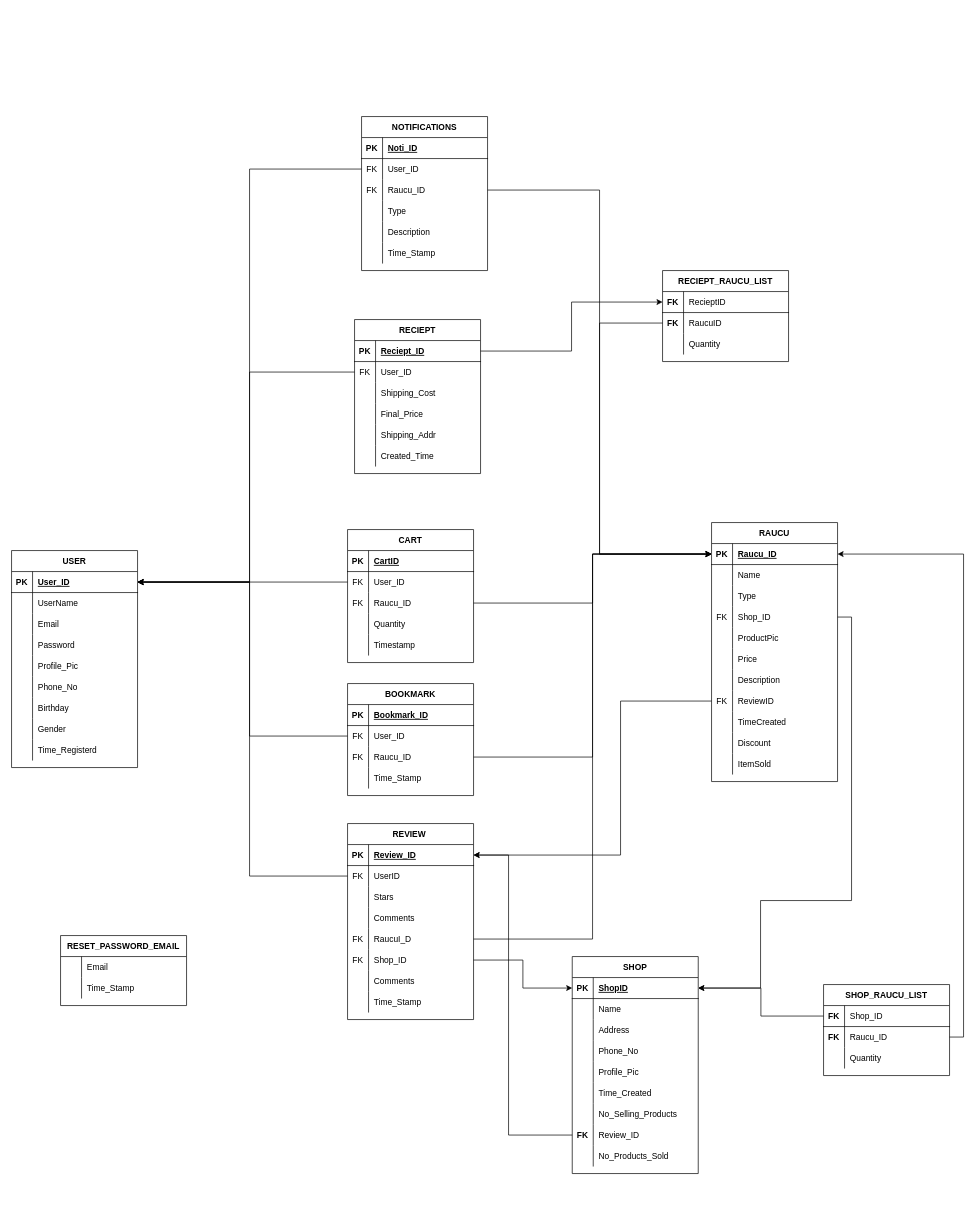
Before: database/SoDoQuanHe.drawio in mcbutt007/Rau-cu-xanh-backend, a draw.io diagram. Source tidied: cells renumbered, new cells numbered last; positions are measured from the earlier drawing's top-left corner, leaving out a move shared by most shapes. Both pictures are drawn from the tidied source at 70%, with x=0, y=0 at pixel (11, 116).
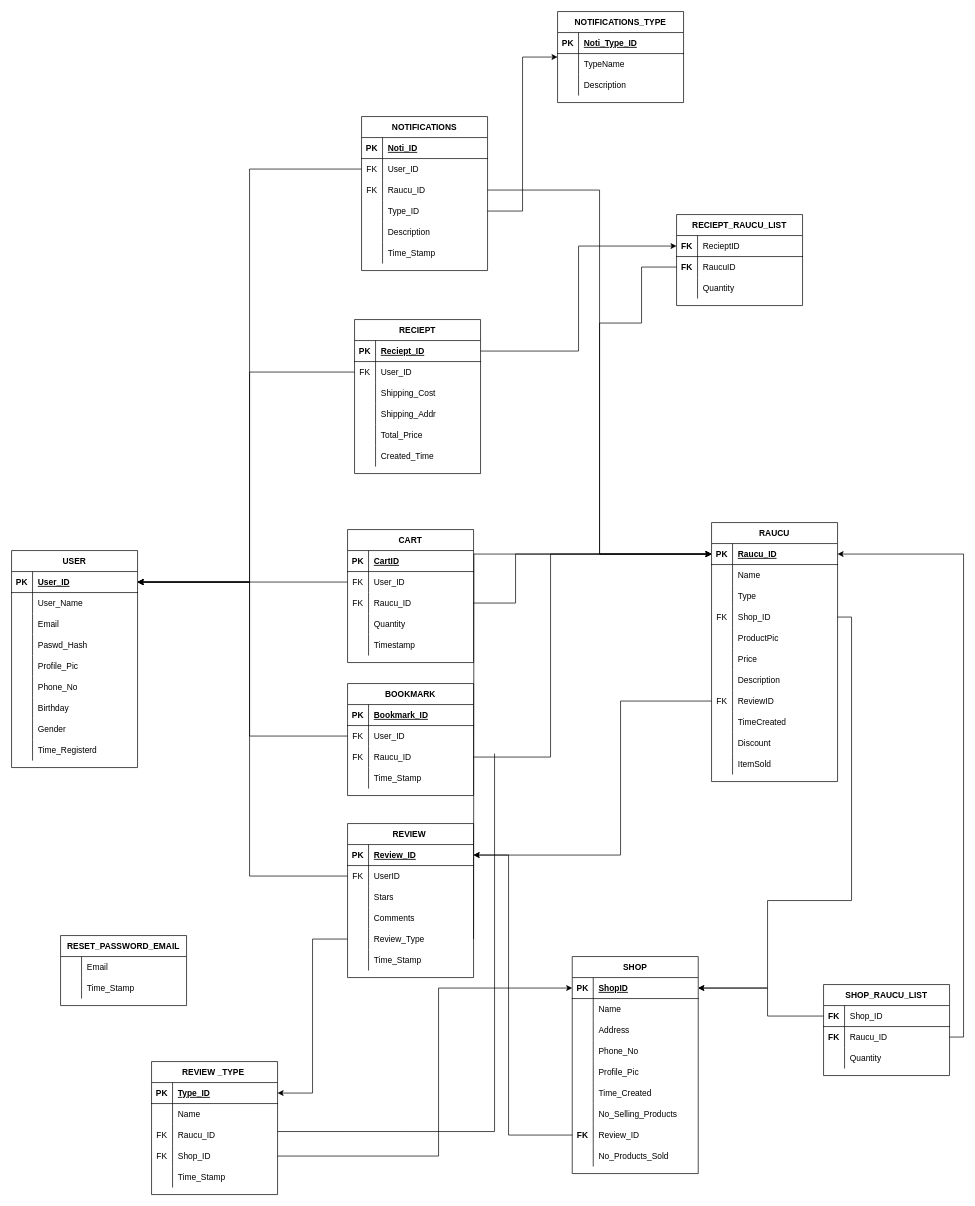
The same diagram, later.

Unchanged cells that the change refers to:
```xml
<mxCell id="6" style="shape=tableRow;horizontal=0;startSize=0;swimlaneHead=0;swimlaneBody=0;fillColor=none;top=0;left=0;right=0;bottom=0;" parent="2" vertex="1">
  <mxGeometry y="60" width="180" height="30" as="geometry" />
</mxCell>
<mxCell id="12" style="shape=tableRow;horizontal=0;startSize=0;swimlaneHead=0;swimlaneBody=0;fillColor=none;top=0;left=0;right=0;bottom=0;" parent="2" vertex="1">
  <mxGeometry y="120" width="180" height="30" as="geometry" />
</mxCell>
<mxCell id="31" style="shape=tableRow;horizontal=0;startSize=0;swimlaneHead=0;swimlaneBody=0;fillColor=none;points=[[0,0.5],[1,0.5]];portConstraint=eastwest;top=0;left=0;right=0;bottom=1;" parent="30" vertex="1">
  <mxGeometry y="30" width="180" height="30" as="geometry" />
</mxCell>
<mxCell id="40" style="shape=tableRow;horizontal=0;startSize=0;swimlaneHead=0;swimlaneBody=0;fillColor=none;points=[[0,0.5],[1,0.5]];portConstraint=eastwest;top=0;left=0;right=0;bottom=0;" parent="30" vertex="1">
  <mxGeometry y="120" width="180" height="30" as="geometry" />
</mxCell>
<mxCell id="106" style="shape=tableRow;horizontal=0;startSize=0;swimlaneHead=0;swimlaneBody=0;fillColor=none;points=[[0,0.5],[1,0.5]];portConstraint=eastwest;top=0;left=0;right=0;bottom=0;" parent="96" vertex="1">
  <mxGeometry y="120" width="180" height="30" as="geometry" />
</mxCell>
<mxCell id="122" style="shape=tableRow;horizontal=0;startSize=0;swimlaneHead=0;swimlaneBody=0;fillColor=none;points=[[0,0.5],[1,0.5]];portConstraint=eastwest;top=0;left=0;right=0;bottom=0;" parent="115" vertex="1">
  <mxGeometry y="90" width="180" height="30" as="geometry" />
</mxCell>
<mxCell id="135" style="shape=tableRow;horizontal=0;startSize=0;swimlaneHead=0;swimlaneBody=0;fillColor=none;points=[[0,0.5],[1,0.5]];portConstraint=eastwest;top=0;left=0;right=0;bottom=0;" parent="128" vertex="1">
  <mxGeometry y="90" width="180" height="30" as="geometry" />
</mxCell>
<mxCell id="145" style="shape=tableRow;horizontal=0;startSize=0;swimlaneHead=0;swimlaneBody=0;fillColor=none;points=[[0,0.5],[1,0.5]];portConstraint=eastwest;top=0;left=0;right=0;bottom=1;" parent="144" vertex="1">
  <mxGeometry y="30" width="180" height="30" as="geometry" />
</mxCell>
<mxCell id="182" style="shape=tableRow;horizontal=0;startSize=0;swimlaneHead=0;swimlaneBody=0;fillColor=none;top=0;left=0;right=0;bottom=0;" parent="172" vertex="1">
  <mxGeometry y="120" width="180" height="30" as="geometry" />
</mxCell>
<mxCell id="185" style="shape=tableRow;horizontal=0;startSize=0;swimlaneHead=0;swimlaneBody=0;fillColor=none;top=0;left=0;right=0;bottom=0;" parent="172" vertex="1">
  <mxGeometry y="150" width="180" height="30" as="geometry" />
</mxCell>
<mxCell id="192" style="shape=tableRow;horizontal=0;startSize=0;swimlaneHead=0;swimlaneBody=0;fillColor=none;points=[[0,0.5],[1,0.5]];portConstraint=eastwest;top=0;left=0;right=0;bottom=1;" parent="191" vertex="1">
  <mxGeometry y="30" width="180" height="30" as="geometry" />
</mxCell>
<mxCell id="220" style="shape=tableRow;horizontal=0;startSize=0;swimlaneHead=0;swimlaneBody=0;fillColor=none;points=[[0,0.5],[1,0.5]];portConstraint=eastwest;top=0;left=0;right=0;bottom=0;" parent="216" vertex="1">
  <mxGeometry y="60" width="180" height="30" as="geometry" />
</mxCell>
```

Change to the diagram source:
```diff
@@
-    <mxCell id="8" value="UserName" style="shape=partialRectangle;fillColor=none;top=0;left=0;bottom=0;right=0;align=left;spacingLeft=6;overflow=hidden;" parent="6" vertex="1">
+    <mxCell id="8" value="User_Name" style="shape=partialRectangle;fillColor=none;top=0;left=0;bottom=0;right=0;align=left;spacingLeft=6;overflow=hidden;" parent="6" vertex="1">
       <mxGeometry x="30" width="150" height="30" as="geometry" />
     </mxCell>
@@
-    <mxCell id="14" value="Password" style="shape=partialRectangle;fillColor=none;top=0;left=0;bottom=0;right=0;align=left;spacingLeft=6;overflow=hidden;" parent="12" vertex="1">
+    <mxCell id="14" value="Paswd_Hash" style="shape=partialRectangle;fillColor=none;top=0;left=0;bottom=0;right=0;align=left;spacingLeft=6;overflow=hidden;" parent="12" vertex="1">
       <mxGeometry x="30" width="150" height="30" as="geometry" />
     </mxCell>
@@
     <mxCell id="64" value="REVIEW " style="shape=table;startSize=30;childLayout=tableLayout;rowLines=0;fontStyle=1;align=center;" parent="1" vertex="1">
-      <mxGeometry x="480" y="1010" width="180" height="280" as="geometry" />
+      <mxGeometry x="480" y="1010" width="180" height="220" as="geometry" />
     </mxCell>
@@
-    <mxCell id="77" style="shape=tableRow;horizontal=0;startSize=0;swimlaneHead=0;swimlaneBody=0;fillColor=none;points=[[0,0.5],[1,0.5]];portConstraint=eastwest;top=0;left=0;right=0;bottom=0;" parent="64" vertex="1">
-      <mxGeometry y="150" width="180" height="30" as="geometry" />
-    </mxCell>
-    <mxCell id="78" value="FK" style="shape=partialRectangle;fillColor=none;top=0;left=0;bottom=0;right=0;overflow=hidden;" parent="77" vertex="1">
-      <mxGeometry width="30" height="30" as="geometry" />
-    </mxCell>
-    <mxCell id="79" value="RaucuI_D" style="shape=partialRectangle;fillColor=none;top=0;left=0;bottom=0;right=0;align=left;spacingLeft=6;overflow=hidden;" parent="77" vertex="1">
-      <mxGeometry x="30" width="150" height="30" as="geometry" />
-    </mxCell>
     <mxCell id="80" style="shape=tableRow;horizontal=0;startSize=0;swimlaneHead=0;swimlaneBody=0;fillColor=none;points=[[0,0.5],[1,0.5]];portConstraint=eastwest;top=0;left=0;right=0;bottom=0;" parent="64" vertex="1">
-      <mxGeometry y="180" width="180" height="30" as="geometry" />
+      <mxGeometry y="150" width="180" height="30" as="geometry" />
     </mxCell>
-    <mxCell id="81" value="FK" style="shape=partialRectangle;fillColor=none;top=0;left=0;bottom=0;right=0;overflow=hidden;" parent="80" vertex="1">
+    <mxCell id="81" style="shape=partialRectangle;fillColor=none;top=0;left=0;bottom=0;right=0;overflow=hidden;" parent="80" vertex="1">
       <mxGeometry width="30" height="30" as="geometry" />
     </mxCell>
-    <mxCell id="82" value="Shop_ID" style="shape=partialRectangle;fillColor=none;top=0;left=0;bottom=0;right=0;align=left;spacingLeft=6;overflow=hidden;" parent="80" vertex="1">
+    <mxCell id="82" value="Review_Type" style="shape=partialRectangle;fillColor=none;top=0;left=0;bottom=0;right=0;align=left;spacingLeft=6;overflow=hidden;" parent="80" vertex="1">
       <mxGeometry x="30" width="150" height="30" as="geometry" />
     </mxCell>
-    <mxCell id="83" style="shape=tableRow;horizontal=0;startSize=0;swimlaneHead=0;swimlaneBody=0;fillColor=none;top=0;left=0;right=0;bottom=0;" parent="64" vertex="1">
-      <mxGeometry y="210" width="180" height="30" as="geometry" />
-    </mxCell>
-    <mxCell id="84" style="shape=partialRectangle;fillColor=none;top=0;left=0;bottom=0;right=0;overflow=hidden;" parent="83" vertex="1">
-      <mxGeometry width="30" height="30" as="geometry" />
-    </mxCell>
-    <mxCell id="85" value="Comments" style="shape=partialRectangle;fillColor=none;top=0;left=0;bottom=0;right=0;align=left;spacingLeft=6;overflow=hidden;" parent="83" vertex="1">
-      <mxGeometry x="30" width="150" height="30" as="geometry" />
-    </mxCell>
     <mxCell id="86" style="shape=tableRow;horizontal=0;startSize=0;swimlaneHead=0;swimlaneBody=0;fillColor=none;top=0;left=0;right=0;bottom=0;" parent="64" vertex="1">
-      <mxGeometry y="240" width="180" height="30" as="geometry" />
+      <mxGeometry y="180" width="180" height="30" as="geometry" />
     </mxCell>
@@
-    <mxCell id="108" value="Type" style="shape=partialRectangle;fillColor=none;top=0;left=0;bottom=0;right=0;align=left;spacingLeft=6;overflow=hidden;" parent="106" vertex="1">
+    <mxCell id="108" value="Type_ID" style="shape=partialRectangle;fillColor=none;top=0;left=0;bottom=0;right=0;align=left;spacingLeft=6;overflow=hidden;" parent="106" vertex="1">
       <mxGeometry x="30" width="150" height="30" as="geometry" />
     </mxCell>
@@
-    <mxCell id="184" value="Final_Price" style="shape=partialRectangle;fillColor=none;top=0;left=0;bottom=0;right=0;align=left;spacingLeft=6;overflow=hidden;" parent="182" vertex="1">
+    <mxCell id="184" value="Shipping_Addr" style="shape=partialRectangle;fillColor=none;top=0;left=0;bottom=0;right=0;align=left;spacingLeft=6;overflow=hidden;" parent="182" vertex="1">
       <mxGeometry x="30" width="150" height="30" as="geometry" />
     </mxCell>
@@
-    <mxCell id="187" value="Shipping_Addr" style="shape=partialRectangle;fillColor=none;top=0;left=0;bottom=0;right=0;align=left;spacingLeft=6;overflow=hidden;" parent="185" vertex="1">
+    <mxCell id="187" value="Total_Price" style="shape=partialRectangle;fillColor=none;top=0;left=0;bottom=0;right=0;align=left;spacingLeft=6;overflow=hidden;" parent="185" vertex="1">
       <mxGeometry x="30" width="150" height="30" as="geometry" />
     </mxCell>
@@
     <mxCell id="201" style="edgeStyle=orthogonalEdgeStyle;rounded=0;jettySize=auto;html=1;exitX=0;exitY=0.5;exitDx=0;exitDy=0;" parent="1" edge="1" source="192" target="145">
-      <mxGeometry relative="1" as="geometry" />
+      <mxGeometry relative="1" as="geometry">
+        <Array as="points">
+          <mxPoint x="1080" y="1285" />
+          <mxPoint x="1080" y="1245" />
+        </Array>
+      </mxGeometry>
     </mxCell>
@@
-    <mxCell id="204" style="edgeStyle=orthogonalEdgeStyle;rounded=0;jettySize=auto;html=1;exitX=1;exitY=0.5;exitDx=0;exitDy=0;" parent="1" edge="1" source="77" target="31">
-      <mxGeometry relative="1" as="geometry" />
+    <mxCell id="204" style="edgeStyle=orthogonalEdgeStyle;rounded=0;jettySize=auto;html=1;exitX=1;exitY=0.5;exitDx=0;exitDy=0;" parent="1" edge="1" target="31">
+      <mxGeometry relative="1" as="geometry">
+        <mxPoint x="660" y="1175" as="sourcePoint" />
+      </mxGeometry>
     </mxCell>
-    <mxCell id="205" style="edgeStyle=orthogonalEdgeStyle;rounded=0;jettySize=auto;html=1;exitX=1;exitY=0.5;exitDx=0;exitDy=0;" parent="1" edge="1" source="80" target="145">
-      <mxGeometry relative="1" as="geometry" />
-    </mxCell>
@@
     <mxCell id="209" style="edgeStyle=orthogonalEdgeStyle;rounded=0;jettySize=auto;html=1;exitX=1;exitY=0.5;exitDx=0;exitDy=0;" parent="1" edge="1" source="122" target="31">
-      <mxGeometry relative="1" as="geometry" />
+      <mxGeometry relative="1" as="geometry">
+        <Array as="points">
+          <mxPoint x="770" y="915" />
+          <mxPoint x="770" y="625" />
+        </Array>
+      </mxGeometry>
     </mxCell>
     <mxCell id="210" style="edgeStyle=orthogonalEdgeStyle;rounded=0;jettySize=auto;html=1;exitX=1;exitY=0.5;exitDx=0;exitDy=0;entryX=0;entryY=0.5;entryDx=0;entryDy=0;" parent="1" edge="1" source="135" target="31">
-      <mxGeometry relative="1" as="geometry" />
+      <mxGeometry relative="1" as="geometry">
+        <Array as="points">
+          <mxPoint x="720" y="695" />
+          <mxPoint x="720" y="625" />
+        </Array>
+      </mxGeometry>
     </mxCell>
@@
     <mxCell id="212" style="edgeStyle=orthogonalEdgeStyle;rounded=0;jettySize=auto;html=1;exitX=1;exitY=0.5;exitDx=0;exitDy=0;entryX=1;entryY=0.5;entryDx=0;entryDy=0;" parent="1" edge="1" source="40" target="145">
       <mxGeometry relative="1" as="geometry">
         <Array as="points">
           <mxPoint x="1200" y="715" />
           <mxPoint x="1200" y="1120" />
-          <mxPoint x="1070" y="1120" />
-          <mxPoint x="1070" y="1245" />
+          <mxPoint x="1080" y="1120" />
+          <mxPoint x="1080" y="1245" />
         </Array>
       </mxGeometry>
     </mxCell>
@@
     <mxCell id="216" value="RECIEPT_RAUCU_LIST" style="shape=table;startSize=30;childLayout=tableLayout;rowLines=0;fontStyle=1;align=center;" parent="1" vertex="1">
-      <mxGeometry x="930" y="220" width="180" height="130" as="geometry" />
+      <mxGeometry x="950" y="140" width="180" height="130" as="geometry" />
     </mxCell>
@@
     <mxCell id="226" style="edgeStyle=orthogonalEdgeStyle;rounded=0;jettySize=auto;html=1;exitX=0;exitY=0.5;exitDx=0;exitDy=0;entryX=0;entryY=0.5;entryDx=0;entryDy=0;" parent="1" edge="1" source="220" target="31">
       <mxGeometry relative="1" as="geometry">
         <Array as="points">
+          <mxPoint x="900" y="215" />
+          <mxPoint x="900" y="295" />
           <mxPoint x="840" y="295" />
           <mxPoint x="840" y="625" />
         </Array>
       </mxGeometry>
     </mxCell>
@@
+    <mxCell id="228" value="NOTIFICATIONS_TYPE" style="shape=table;startSize=30;childLayout=tableLayout;rowLines=0;fontStyle=1;align=center;" parent="1" vertex="1">
+      <mxGeometry x="780" y="-150" width="180" height="130" as="geometry" />
+    </mxCell>
+    <mxCell id="229" style="shape=tableRow;horizontal=0;startSize=0;swimlaneHead=0;swimlaneBody=0;fillColor=none;top=0;left=0;right=0;bottom=1;" parent="228" vertex="1">
+      <mxGeometry y="30" width="180" height="30" as="geometry" />
+    </mxCell>
+    <mxCell id="230" value="PK" style="shape=partialRectangle;fillColor=none;top=0;left=0;bottom=0;right=0;fontStyle=1;overflow=hidden;" parent="229" vertex="1">
+      <mxGeometry width="30" height="30" as="geometry" />
+    </mxCell>
+    <mxCell id="231" value="Noti_Type_ID" style="shape=partialRectangle;fillColor=none;top=0;left=0;bottom=0;right=0;align=left;spacingLeft=6;fontStyle=5;overflow=hidden;" parent="229" vertex="1">
+      <mxGeometry x="30" width="150" height="30" as="geometry" />
+    </mxCell>
+    <mxCell id="232" style="shape=tableRow;horizontal=0;startSize=0;swimlaneHead=0;swimlaneBody=0;fillColor=none;top=0;left=0;right=0;bottom=0;" parent="228" vertex="1">
+      <mxGeometry y="60" width="180" height="30" as="geometry" />
+    </mxCell>
+    <mxCell id="233" style="shape=partialRectangle;fillColor=none;top=0;left=0;bottom=0;right=0;overflow=hidden;" parent="232" vertex="1">
+      <mxGeometry width="30" height="30" as="geometry" />
+    </mxCell>
+    <mxCell id="234" value="TypeName" style="shape=partialRectangle;fillColor=none;top=0;left=0;bottom=0;right=0;align=left;spacingLeft=6;overflow=hidden;" parent="232" vertex="1">
+      <mxGeometry x="30" width="150" height="30" as="geometry" />
+    </mxCell>
+    <mxCell id="235" style="shape=tableRow;horizontal=0;startSize=0;swimlaneHead=0;swimlaneBody=0;fillColor=none;top=0;left=0;right=0;bottom=0;" parent="228" vertex="1">
+      <mxGeometry y="90" width="180" height="30" as="geometry" />
+    </mxCell>
+    <mxCell id="236" style="shape=partialRectangle;fillColor=none;top=0;left=0;bottom=0;right=0;overflow=hidden;" parent="235" vertex="1">
+      <mxGeometry width="30" height="30" as="geometry" />
+    </mxCell>
+    <mxCell id="237" value="Description" style="shape=partialRectangle;fillColor=none;top=0;left=0;bottom=0;right=0;align=left;spacingLeft=6;overflow=hidden;" parent="235" vertex="1">
+      <mxGeometry x="30" width="150" height="30" as="geometry" />
+    </mxCell>
+    <mxCell id="238" style="edgeStyle=orthogonalEdgeStyle;rounded=0;jettySize=auto;html=1;exitX=1;exitY=0.5;exitDx=0;exitDy=0;entryX=0;entryY=0.5;entryDx=0;entryDy=0;" parent="1" edge="1" source="106" target="228">
+      <mxGeometry relative="1" as="geometry" />
+    </mxCell>
+    <mxCell id="239" value="REVIEW _TYPE " style="shape=table;startSize=30;childLayout=tableLayout;rowLines=0;fontStyle=1;align=center;" parent="1" vertex="1">
+      <mxGeometry x="200" y="1350" width="180" height="190" as="geometry" />
+    </mxCell>
+    <mxCell id="240" style="shape=tableRow;horizontal=0;startSize=0;swimlaneHead=0;swimlaneBody=0;fillColor=none;points=[[0,0.5],[1,0.5]];portConstraint=eastwest;top=0;left=0;right=0;bottom=1;" parent="239" vertex="1">
+      <mxGeometry y="30" width="180" height="30" as="geometry" />
+    </mxCell>
+    <mxCell id="241" value="PK" style="shape=partialRectangle;fillColor=none;top=0;left=0;bottom=0;right=0;fontStyle=1;overflow=hidden;" parent="240" vertex="1">
+      <mxGeometry width="30" height="30" as="geometry" />
+    </mxCell>
+    <mxCell id="242" value="Type_ID" style="shape=partialRectangle;fillColor=none;top=0;left=0;bottom=0;right=0;align=left;spacingLeft=6;fontStyle=5;overflow=hidden;" parent="240" vertex="1">
+      <mxGeometry x="30" width="150" height="30" as="geometry" />
+    </mxCell>
+    <mxCell id="243" style="shape=tableRow;horizontal=0;startSize=0;swimlaneHead=0;swimlaneBody=0;fillColor=none;top=0;left=0;right=0;bottom=0;" parent="239" vertex="1">
+      <mxGeometry y="60" width="180" height="30" as="geometry" />
+    </mxCell>
+    <mxCell id="244" style="shape=partialRectangle;fillColor=none;top=0;left=0;bottom=0;right=0;overflow=hidden;" parent="243" vertex="1">
+      <mxGeometry width="30" height="30" as="geometry" />
+    </mxCell>
+    <mxCell id="245" value="Name" style="shape=partialRectangle;fillColor=none;top=0;left=0;bottom=0;right=0;align=left;spacingLeft=6;overflow=hidden;" parent="243" vertex="1">
+      <mxGeometry x="30" width="150" height="30" as="geometry" />
+    </mxCell>
+    <mxCell id="246" style="shape=tableRow;horizontal=0;startSize=0;swimlaneHead=0;swimlaneBody=0;fillColor=none;points=[[0,0.5],[1,0.5]];portConstraint=eastwest;top=0;left=0;right=0;bottom=0;" parent="239" vertex="1">
+      <mxGeometry y="90" width="180" height="30" as="geometry" />
+    </mxCell>
+    <mxCell id="247" value="FK" style="shape=partialRectangle;fillColor=none;top=0;left=0;bottom=0;right=0;overflow=hidden;" parent="246" vertex="1">
+      <mxGeometry width="30" height="30" as="geometry" />
+    </mxCell>
+    <mxCell id="248" value="Raucu_ID" style="shape=partialRectangle;fillColor=none;top=0;left=0;bottom=0;right=0;align=left;spacingLeft=6;overflow=hidden;" parent="246" vertex="1">
+      <mxGeometry x="30" width="150" height="30" as="geometry" />
+    </mxCell>
+    <mxCell id="249" style="shape=tableRow;horizontal=0;startSize=0;swimlaneHead=0;swimlaneBody=0;fillColor=none;points=[[0,0.5],[1,0.5]];portConstraint=eastwest;top=0;left=0;right=0;bottom=0;" parent="239" vertex="1">
+      <mxGeometry y="120" width="180" height="30" as="geometry" />
+    </mxCell>
+    <mxCell id="250" value="FK" style="shape=partialRectangle;fillColor=none;top=0;left=0;bottom=0;right=0;overflow=hidden;" parent="249" vertex="1">
+      <mxGeometry width="30" height="30" as="geometry" />
+    </mxCell>
+    <mxCell id="251" value="Shop_ID" style="shape=partialRectangle;fillColor=none;top=0;left=0;bottom=0;right=0;align=left;spacingLeft=6;overflow=hidden;" parent="249" vertex="1">
+      <mxGeometry x="30" width="150" height="30" as="geometry" />
+    </mxCell>
+    <mxCell id="77" style="shape=tableRow;horizontal=0;startSize=0;swimlaneHead=0;swimlaneBody=0;fillColor=none;points=[[0,0.5],[1,0.5]];portConstraint=eastwest;top=0;left=0;right=0;bottom=0;" parent="239" vertex="1">
+      <mxGeometry y="150" width="180" height="30" as="geometry" />
+    </mxCell>
+    <mxCell id="252" style="shape=partialRectangle;fillColor=none;top=0;left=0;bottom=0;right=0;overflow=hidden;" parent="77" vertex="1">
+      <mxGeometry width="30" height="30" as="geometry" />
+    </mxCell>
+    <mxCell id="253" value="Time_Stamp" style="shape=partialRectangle;fillColor=none;top=0;left=0;bottom=0;right=0;align=left;spacingLeft=6;overflow=hidden;" parent="77" vertex="1">
+      <mxGeometry x="30" width="150" height="30" as="geometry" />
+    </mxCell>
+    <mxCell id="254" style="edgeStyle=orthogonalEdgeStyle;rounded=0;jettySize=auto;html=1;exitX=0;exitY=0.5;exitDx=0;exitDy=0;entryX=1;entryY=0.5;entryDx=0;entryDy=0;" parent="1" edge="1" source="80" target="240">
+      <mxGeometry relative="1" as="geometry" />
+    </mxCell>
+    <mxCell id="255" style="edgeStyle=orthogonalEdgeStyle;rounded=0;jettySize=auto;html=1;exitX=1;exitY=0.5;exitDx=0;exitDy=0;entryX=0;entryY=0.5;entryDx=0;entryDy=0;" parent="1" edge="1" source="249" target="145">
+      <mxGeometry relative="1" as="geometry">
+        <Array as="points">
+          <mxPoint x="610" y="1485" />
+          <mxPoint x="610" y="1245" />
+        </Array>
+      </mxGeometry>
+    </mxCell>
+    <mxCell id="256" style="endArrow=none;html=1;rounded=0;" parent="1" edge="1">
+      <mxGeometry relative="1" as="geometry">
+        <mxPoint x="690" y="1450" as="sourcePoint" />
+        <mxPoint x="690" y="910" as="targetPoint" />
+      </mxGeometry>
+    </mxCell>
+    <mxCell id="257" style="endArrow=none;html=1;rounded=0;exitX=1;exitY=0.333;exitDx=0;exitDy=0;exitPerimeter=0;" parent="1" edge="1" source="246">
+      <mxGeometry relative="1" as="geometry">
+        <mxPoint x="690" y="1450" as="targetPoint" />
+      </mxGeometry>
+    </mxCell>
```
